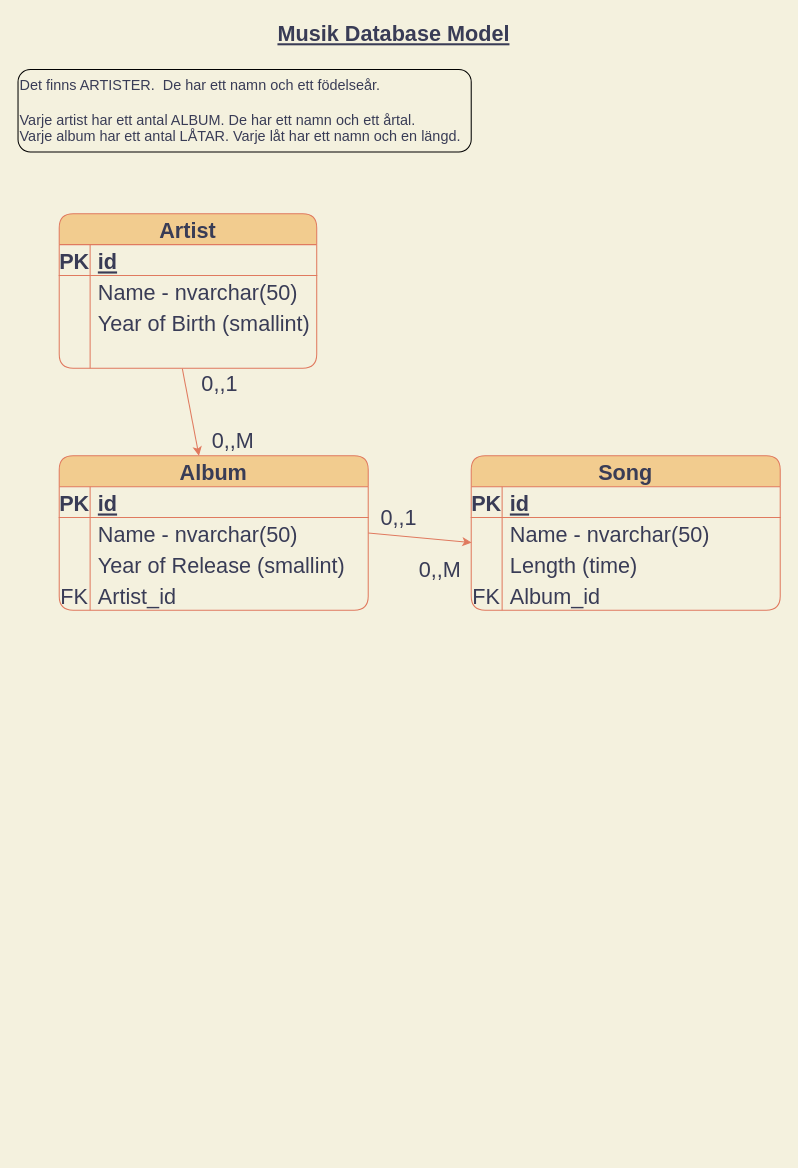
Before: 13 Music Database.drawio in RichardChalk/Dag04DBModelling, a draw.io diagram. Source tidied: cells renumbered, new cells numbered last; positions are measured from the earlier drawing's top-left corner, leaving out a move shared by most shapes. Both pictures are drawn from the tidied source at 103%, with x=0, y=0 at pixel (18, 18).
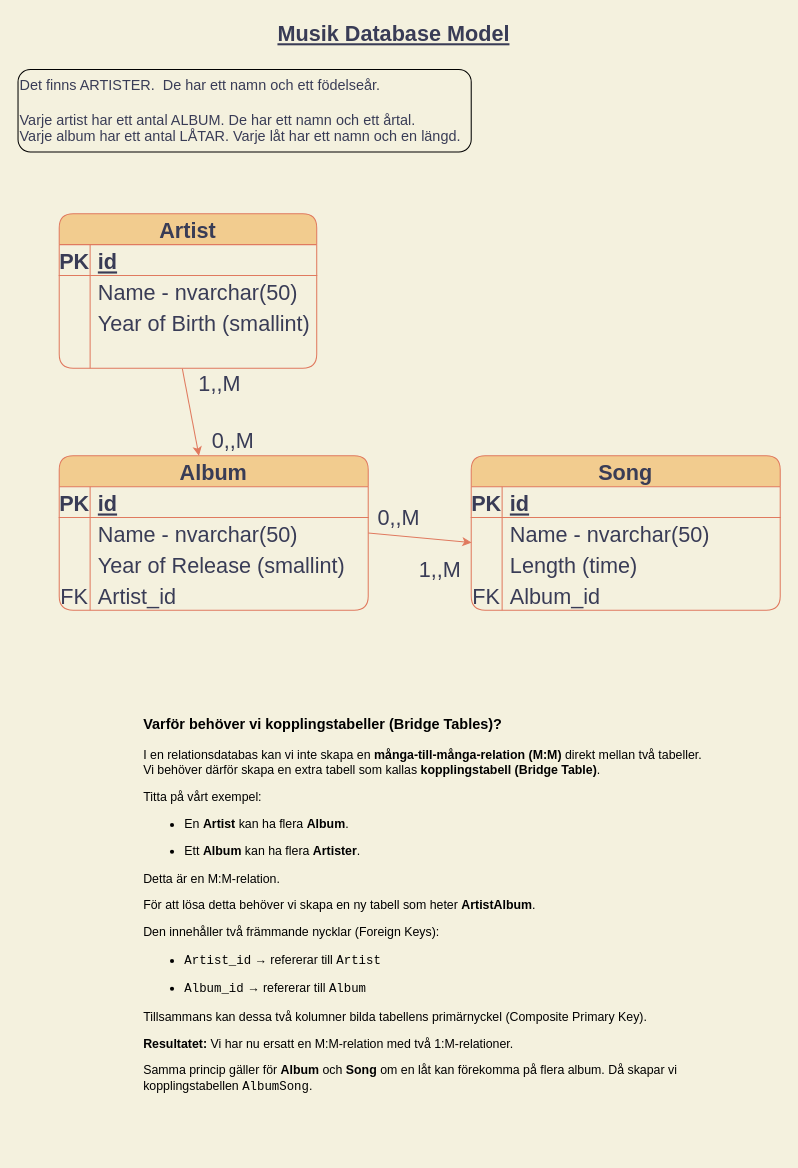
The same page after the edit.

The edit, as a diff of the source:
```diff
@@
-    <mxCell id="46" value="0,,1" style="text;html=1;strokeColor=none;fillColor=none;align=center;verticalAlign=middle;whiteSpace=wrap;rounded=0;sketch=0;fontSize=21;fontColor=#393C56;strokeWidth=2;" parent="1" vertex="1">
+    <mxCell id="46" value="1,,M" style="text;html=1;strokeColor=none;fillColor=none;align=center;verticalAlign=middle;whiteSpace=wrap;rounded=0;sketch=0;fontSize=21;fontColor=#393C56;strokeWidth=2;" parent="1" vertex="1">
       <mxGeometry x="166" y="340" width="60" height="30" as="geometry" />
     </mxCell>
-    <mxCell id="47" value="0,,1" style="text;html=1;strokeColor=none;fillColor=none;align=center;verticalAlign=middle;whiteSpace=wrap;rounded=0;sketch=0;fontSize=21;fontColor=#393C56;strokeWidth=2;" parent="1" vertex="1">
+    <mxCell id="47" value="0,,M" style="text;html=1;strokeColor=none;fillColor=none;align=center;verticalAlign=middle;whiteSpace=wrap;rounded=0;sketch=0;fontSize=21;fontColor=#393C56;strokeWidth=2;" parent="1" vertex="1">
       <mxGeometry x="340" y="470" width="60" height="30" as="geometry" />
     </mxCell>
-    <mxCell id="48" value="0,,M" style="text;html=1;strokeColor=none;fillColor=none;align=center;verticalAlign=middle;whiteSpace=wrap;rounded=0;sketch=0;fontSize=21;fontColor=#393C56;strokeWidth=2;" parent="1" vertex="1">
+    <mxCell id="48" value="1,,M" style="text;html=1;strokeColor=none;fillColor=none;align=center;verticalAlign=middle;whiteSpace=wrap;rounded=0;sketch=0;fontSize=21;fontColor=#393C56;strokeWidth=2;" parent="1" vertex="1">
       <mxGeometry x="380" y="520" width="60" height="30" as="geometry" />
     </mxCell>
+    <mxCell id="49" value="&lt;h3&gt;Varför behöver vi kopplingstabeller (Bridge Tables)?&lt;/h3&gt;&lt;p&gt;I en relationsdatabas kan vi inte skapa en &lt;strong&gt;många-till-många-relation (M:M)&lt;/strong&gt; direkt mellan två tabeller. Vi behöver därför skapa en extra tabell som kallas &lt;strong&gt;kopplingstabell (Bridge Table)&lt;/strong&gt;.&lt;/p&gt;&lt;p&gt;Titta på vårt exempel:&lt;/p&gt;&lt;ul&gt;&lt;li&gt;&lt;p&gt;En &lt;strong&gt;Artist&lt;/strong&gt; kan ha flera &lt;strong&gt;Album&lt;/strong&gt;.&lt;/p&gt;&lt;/li&gt;&lt;li&gt;&lt;p&gt;Ett &lt;strong&gt;Album&lt;/strong&gt; kan ha flera &lt;strong&gt;Artister&lt;/strong&gt;.&lt;/p&gt;&lt;/li&gt;&lt;/ul&gt;&lt;p&gt;Detta är en M:M-relation.&lt;/p&gt;&lt;p&gt;För att lösa detta behöver vi skapa en ny tabell som heter &lt;strong&gt;ArtistAlbum&lt;/strong&gt;.&lt;/p&gt;&lt;p&gt;Den innehåller två främmande nycklar (Foreign Keys):&lt;/p&gt;&lt;ul&gt;&lt;li&gt;&lt;p&gt;&lt;code dir=&quot;ltr&quot;&gt;Artist_id&lt;/code&gt; → refererar till &lt;code dir=&quot;ltr&quot;&gt;Artist&lt;/code&gt;&lt;/p&gt;&lt;/li&gt;&lt;li&gt;&lt;p&gt;&lt;code dir=&quot;ltr&quot;&gt;Album_id&lt;/code&gt; → refererar till &lt;code dir=&quot;ltr&quot;&gt;Album&lt;/code&gt;&lt;/p&gt;&lt;/li&gt;&lt;/ul&gt;&lt;p&gt;Tillsammans kan dessa två kolumner bilda tabellens primärnyckel (Composite Primary Key).&lt;/p&gt;&lt;p&gt;&lt;strong&gt;Resultatet:&lt;/strong&gt; Vi har nu ersatt en M:M-relation med två 1:M-relationer.&lt;/p&gt;&lt;p&gt;Samma princip gäller för &lt;strong&gt;Album&lt;/strong&gt; och &lt;strong&gt;Song&lt;/strong&gt; om en låt kan förekomma på flera album. Då skapar vi kopplingstabellen &lt;code dir=&quot;ltr&quot;&gt;AlbumSong&lt;/code&gt;.&lt;/p&gt;" style="text;html=1;whiteSpace=wrap;strokeColor=none;fillColor=none;align=left;verticalAlign=middle;rounded=0;" parent="1" vertex="1">
+      <mxGeometry x="120" y="620" width="550" height="480" as="geometry" />
+    </mxCell>
```
